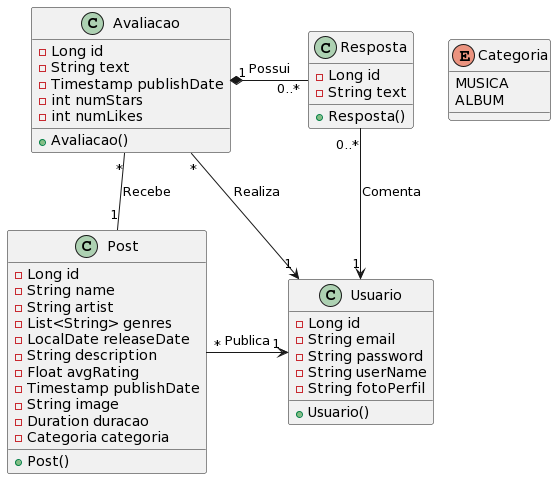
thcastilho/devweb keeps this PlantUML diagram as uml.png. Above is the earlier version.
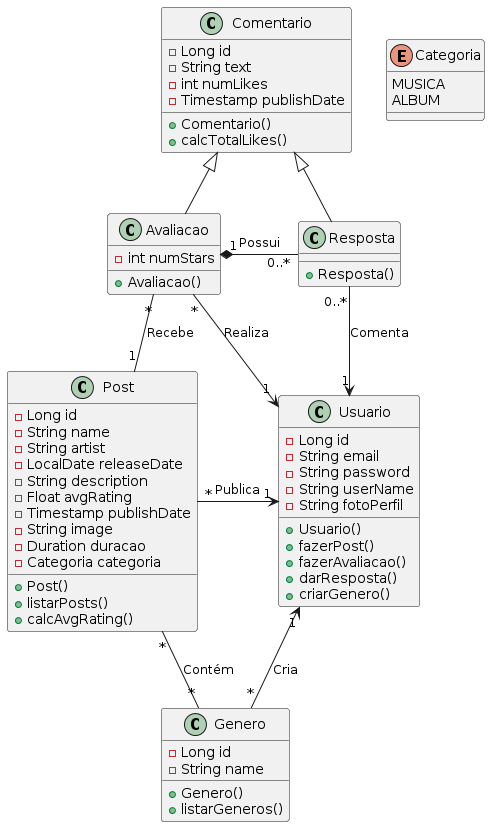
After the commit.

The edit, as a diff of the source:
```diff
@@ -6,13 +6,16 @@
   - String userName
   - String fotoPerfil
   + Usuario()
+  + fazerPost()
+  + fazerAvaliacao()
+  + darResposta()
+  + criarGenero()
 }
 
 class Post {
   - Long id
   - String name
   - String artist
-  - List<String> genres
   - LocalDate releaseDate
   - String description
   - Float avgRating
@@ -21,21 +24,33 @@
   - Duration duracao
   - Categoria categoria
   + Post()
+  + listarPosts()
+  + calcAvgRating()
+}
+
+class Genero {
+  - Long id
+  - String name
+  + Genero()
+  + listarGeneros()
 }
 
 class Avaliacao {
-  - Long id
-  - String text
-  - Timestamp publishDate
   - int numStars
-  - int numLikes
   + Avaliacao()
 }
 
 class Resposta {
+  + Resposta()
+}
+
+class Comentario {
   - Long id
   - String text
-  + Resposta()
+  - int numLikes
+  - Timestamp publishDate
+  + Comentario()
+  + calcTotalLikes()
 }
 
 enum Categoria {
@@ -46,8 +61,13 @@
 Usuario "1" <-left- "*" Post : Publica
 Usuario "1" <-up- "*" Avaliacao : Realiza
 Usuario "1" <-up- "0..*" Resposta : Comenta
+Usuario "1" <-- "*" Genero : Cria
 
 Post "1" -up- "*" Avaliacao : Recebe
+Post "*" -- "*" Genero : Contém
+
+Comentario <|-down- Avaliacao
+Comentario <|-down- Resposta
 
 Avaliacao "1" *-right- "0..*" Resposta : Possui
 @enduml
```
